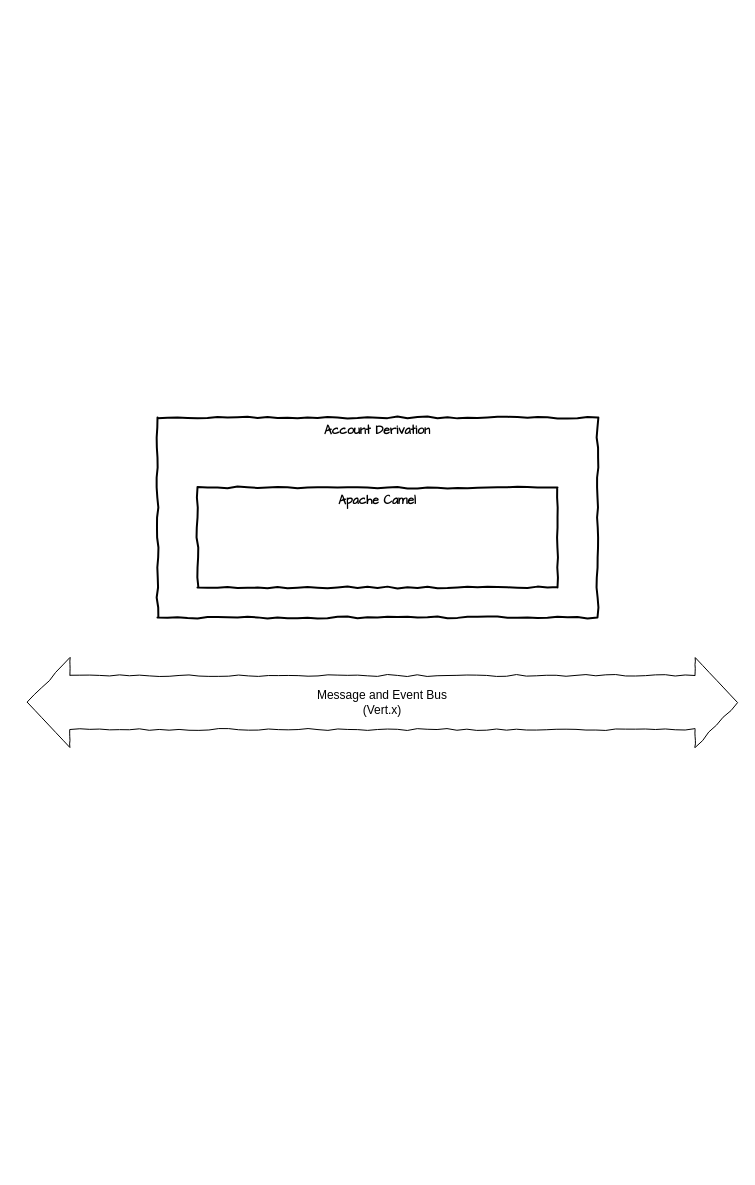
This is page "Page-2" (2 of 2) of Payment System.drawio from altroy75/diagrams, a draw.io file, before an edit. Source tidied: cells renumbered, new cells numbered last; positions are measured from the earlier drawing's top-left corner, leaving out a move shared by most shapes. Both pictures are drawn from the tidied source at 100%, with x=0, y=0 at pixel (27, 417).
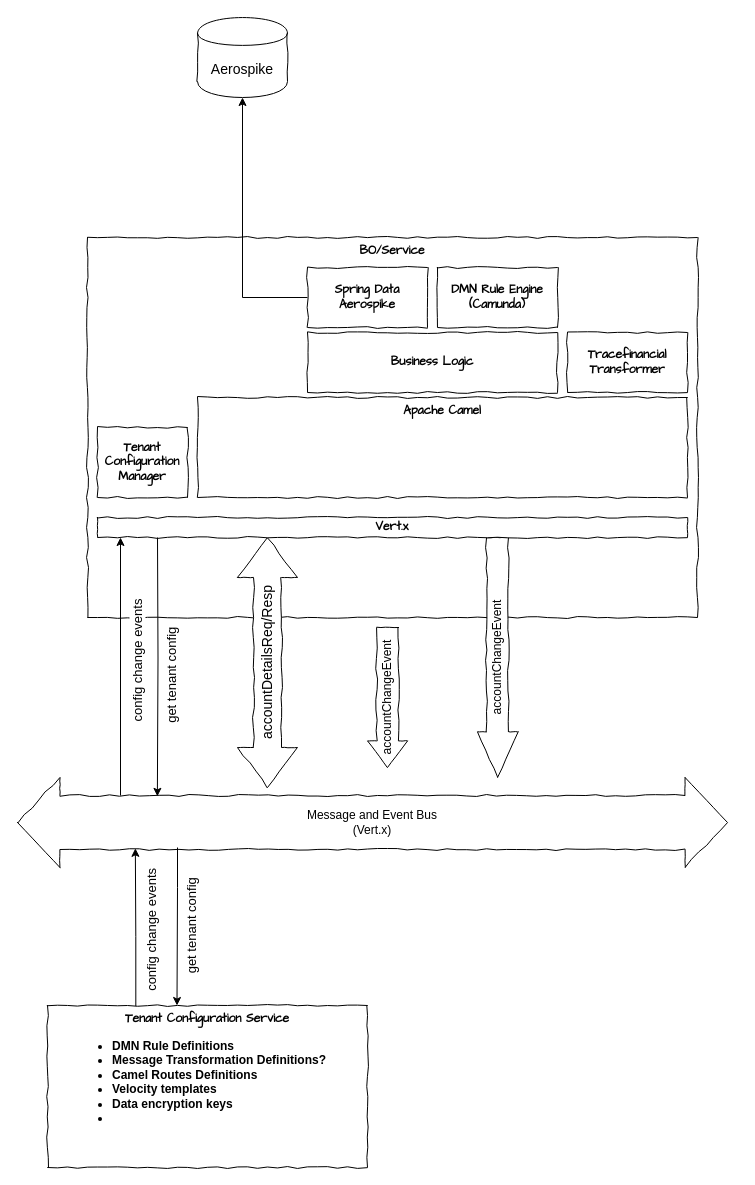
The same page after the edit.

The edit, as a diff of the source:
```diff
@@
     <mxCell id="2" value="Message and Event Bus&lt;br&gt;(Vert.x)&lt;br&gt;" style="shape=doubleArrow;whiteSpace=wrap;html=1;arrowWidth=0.6;arrowSize=0.05971834424515845;comic=1;" parent="1" vertex="1">
-      <mxGeometry y="240" width="710" height="90" as="geometry" />
+      <mxGeometry x="-10" y="360" width="710" height="90" as="geometry" />
     </mxCell>
-    <mxCell id="3" value="Account Derivation" style="html=1;whiteSpace=wrap;comic=1;strokeWidth=2;fontFamily=Comic Sans MS;fontStyle=1;verticalAlign=top;" parent="1" vertex="1">
-      <mxGeometry x="130" width="440" height="200" as="geometry" />
+    <mxCell id="3" value="BO/Service" style="html=1;whiteSpace=wrap;comic=1;strokeWidth=1;fontFamily=Comic Sans MS;fontStyle=1;verticalAlign=top;" parent="1" vertex="1">
+      <mxGeometry x="60" y="-180" width="610" height="380" as="geometry" />
     </mxCell>
-    <mxCell id="4" value="Apache Camel" style="html=1;whiteSpace=wrap;comic=1;strokeWidth=2;fontFamily=Comic Sans MS;fontStyle=1;verticalAlign=top;" parent="1" vertex="1">
-      <mxGeometry x="170" y="70" width="360" height="100" as="geometry" />
+    <mxCell id="4" value="Apache Camel" style="html=1;whiteSpace=wrap;comic=1;strokeWidth=1;fontFamily=Comic Sans MS;fontStyle=1;verticalAlign=top;" parent="1" vertex="1">
+      <mxGeometry x="170" y="-20" width="490" height="100" as="geometry" />
     </mxCell>
+    <mxCell id="5" value="accountDetailsReq/Resp" style="shape=doubleArrow;direction=south;whiteSpace=wrap;html=1;comic=1;arrowWidth=0.4666666666666667;arrowSize=0.15999973842075893;horizontal=0;fontSize=14;" parent="1" vertex="1">
+      <mxGeometry x="210" y="120" width="60" height="250" as="geometry" />
+    </mxCell>
+    <mxCell id="6" value="accountChangeEvent" style="shape=singleArrow;direction=south;whiteSpace=wrap;html=1;comic=1;arrowWidth=0.54666748046875;arrowSize=0.1899998982747396;horizontal=0;" parent="1" vertex="1">
+      <mxGeometry x="450" y="120" width="40" height="240" as="geometry" />
+    </mxCell>
+    <mxCell id="7" value="accountChangeEvent" style="shape=singleArrow;direction=south;whiteSpace=wrap;html=1;comic=1;arrowWidth=0.54666748046875;arrowSize=0.1899998982747396;horizontal=0;" parent="1" vertex="1">
+      <mxGeometry x="340" y="210" width="40" height="140" as="geometry" />
+    </mxCell>
+    <mxCell id="8" value="Vert.x" style="html=1;whiteSpace=wrap;comic=1;strokeWidth=1;fontFamily=Comic Sans MS;fontStyle=1;" parent="1" vertex="1">
+      <mxGeometry x="70" y="100" width="590" height="20" as="geometry" />
+    </mxCell>
+    <mxCell id="9" value="DMN Rule Engine&lt;br&gt;(Camunda)&lt;br&gt;" style="html=1;whiteSpace=wrap;comic=1;strokeWidth=1;fontFamily=Comic Sans MS;fontStyle=1;" parent="1" vertex="1">
+      <mxGeometry x="410" y="-150" width="120" height="60" as="geometry" />
+    </mxCell>
+    <mxCell id="10" style="edgeStyle=orthogonalEdgeStyle;rounded=0;jettySize=auto;html=0;entryX=0.5;entryY=1;entryDx=0;entryDy=0;labelBackgroundColor=#ffffff;fontSize=14;align=center;" parent="1" edge="1" source="11" target="12">
+      <mxGeometry relative="1" as="geometry" />
+    </mxCell>
+    <mxCell id="11" value="Spring Data Aerospike&lt;br&gt;" style="html=1;whiteSpace=wrap;comic=1;strokeWidth=1;fontFamily=Comic Sans MS;fontStyle=1;" parent="1" vertex="1">
+      <mxGeometry x="280" y="-150" width="120" height="60" as="geometry" />
+    </mxCell>
+    <mxCell id="12" value="Aerospike" style="shape=cylinder;whiteSpace=wrap;html=1;boundedLbl=1;backgroundOutline=1;comic=1;fontSize=14;" parent="1" vertex="1">
+      <mxGeometry x="170" y="-400" width="90" height="80" as="geometry" />
+    </mxCell>
+    <mxCell id="13" style="edgeStyle=orthogonalEdgeStyle;rounded=0;jettySize=auto;html=0;exitX=0.276;exitY=0.007;exitDx=0;exitDy=0;labelBackgroundColor=#ffffff;fontSize=14;align=center;exitPerimeter=0;entryX=0.166;entryY=0.787;entryDx=0;entryDy=0;entryPerimeter=0;" parent="1" edge="1" source="15" target="2">
+      <mxGeometry relative="1" as="geometry" />
+    </mxCell>
+    <mxCell id="14" value="&lt;font style=&quot;font-size: 13px;&quot;&gt;config change events&lt;/font&gt;" style="text;html=1;align=center;verticalAlign=top;labelBackgroundColor=#ffffff;fontSize=13;horizontal=0;labelPosition=center;verticalLabelPosition=bottom;" parent="13" vertex="1">
+      <mxGeometry x="0.18" relative="1" as="geometry">
+        <mxPoint x="2" y="18" as="offset" />
+      </mxGeometry>
+    </mxCell>
+    <mxCell id="15" value="Tenant Configuration Service" style="html=1;whiteSpace=wrap;comic=1;strokeWidth=1;fontFamily=Comic Sans MS;fontStyle=1;verticalAlign=top;" parent="1" vertex="1">
+      <mxGeometry x="20" y="588" width="320" height="162" as="geometry" />
+    </mxCell>
+    <mxCell id="16" style="edgeStyle=orthogonalEdgeStyle;rounded=0;orthogonalLoop=1;jettySize=auto;html=0;labelBackgroundColor=#ffffff;fontSize=14;align=center;entryX=0.166;entryY=0.787;entryDx=0;entryDy=0;entryPerimeter=0;" parent="1" edge="1">
+      <mxGeometry relative="1" as="geometry">
+        <mxPoint x="150" y="430" as="sourcePoint" />
+        <mxPoint x="149.5" y="588" as="targetPoint" />
+        <Array as="points">
+          <mxPoint x="150" y="470" />
+          <mxPoint x="150" y="470" />
+        </Array>
+      </mxGeometry>
+    </mxCell>
+    <mxCell id="17" value="get tenant config" style="text;html=1;align=center;verticalAlign=top;labelBackgroundColor=#ffffff;fontSize=13;horizontal=0;labelPosition=center;verticalLabelPosition=bottom;" parent="16" vertex="1">
+      <mxGeometry x="0.18" relative="1" as="geometry">
+        <mxPoint x="0.5" y="-14" as="offset" />
+      </mxGeometry>
+    </mxCell>
+    <mxCell id="18" value="Tenant Configuration Manager" style="html=1;whiteSpace=wrap;comic=1;strokeWidth=1;fontFamily=Comic Sans MS;fontStyle=1;horizontal=1;" parent="1" vertex="1">
+      <mxGeometry x="70" y="10" width="90" height="70" as="geometry" />
+    </mxCell>
+    <mxCell id="19" style="edgeStyle=orthogonalEdgeStyle;rounded=0;orthogonalLoop=1;jettySize=auto;html=0;labelBackgroundColor=#ffffff;fontSize=14;align=center;" parent="1" edge="1">
+      <mxGeometry relative="1" as="geometry">
+        <mxPoint x="93" y="378" as="sourcePoint" />
+        <mxPoint x="93" y="120" as="targetPoint" />
+        <Array as="points">
+          <mxPoint x="93" y="378" />
+        </Array>
+      </mxGeometry>
+    </mxCell>
+    <mxCell id="20" value="&lt;font style=&quot;font-size: 13px;&quot;&gt;config change events&lt;/font&gt;" style="text;html=1;align=center;verticalAlign=top;labelBackgroundColor=#ffffff;fontSize=13;horizontal=0;labelPosition=center;verticalLabelPosition=bottom;" parent="19" vertex="1">
+      <mxGeometry x="0.18" relative="1" as="geometry">
+        <mxPoint x="2" y="18" as="offset" />
+      </mxGeometry>
+    </mxCell>
+    <mxCell id="21" style="edgeStyle=orthogonalEdgeStyle;rounded=0;jettySize=auto;html=0;labelBackgroundColor=#ffffff;fontSize=14;align=center;entryX=0.197;entryY=0.209;entryDx=0;entryDy=0;entryPerimeter=0;" parent="1" edge="1" target="2">
+      <mxGeometry relative="1" as="geometry">
+        <mxPoint x="130" y="120" as="sourcePoint" />
+      </mxGeometry>
+    </mxCell>
+    <mxCell id="22" value="get tenant config" style="text;html=1;align=center;verticalAlign=top;labelBackgroundColor=#ffffff;fontSize=13;horizontal=0;labelPosition=center;verticalLabelPosition=bottom;" parent="21" vertex="1">
+      <mxGeometry x="0.18" relative="1" as="geometry">
+        <mxPoint x="0.5" y="-14" as="offset" />
+      </mxGeometry>
+    </mxCell>
+    <mxCell id="23" value="&lt;h1 style=&quot;font-size: 14px&quot;&gt;&lt;ul style=&quot;font-size: 12px&quot;&gt;&lt;li&gt;DMN Rule Definitions&lt;/li&gt;&lt;li&gt;Message Transformation Definitions?&lt;/li&gt;&lt;li&gt;Camel Routes Definitions&lt;/li&gt;&lt;li&gt;Velocity templates&lt;/li&gt;&lt;li&gt;Data encryption keys&lt;/li&gt;&lt;li&gt;&lt;br&gt;&lt;/li&gt;&lt;/ul&gt;&lt;/h1&gt;" style="text;html=1;strokeColor=none;fillColor=none;spacing=5;spacingTop=-20;whiteSpace=wrap;overflow=hidden;rounded=0;comic=1;fontSize=13;" parent="1" vertex="1">
+      <mxGeometry x="40" y="620" width="270" height="120" as="geometry" />
+    </mxCell>
+    <mxCell id="24" value="Tracefinancial Transformer&lt;br&gt;" style="html=1;whiteSpace=wrap;comic=1;strokeWidth=1;fontFamily=Comic Sans MS;fontStyle=1;" parent="1" vertex="1">
+      <mxGeometry x="540" y="-85" width="120" height="60" as="geometry" />
+    </mxCell>
+    <mxCell id="25" value="Business Logic&lt;br&gt;" style="html=1;whiteSpace=wrap;comic=1;strokeWidth=1;fontFamily=Comic Sans MS;fontStyle=1;" parent="1" vertex="1">
+      <mxGeometry x="280" y="-85" width="250" height="60" as="geometry" />
+    </mxCell>
```
